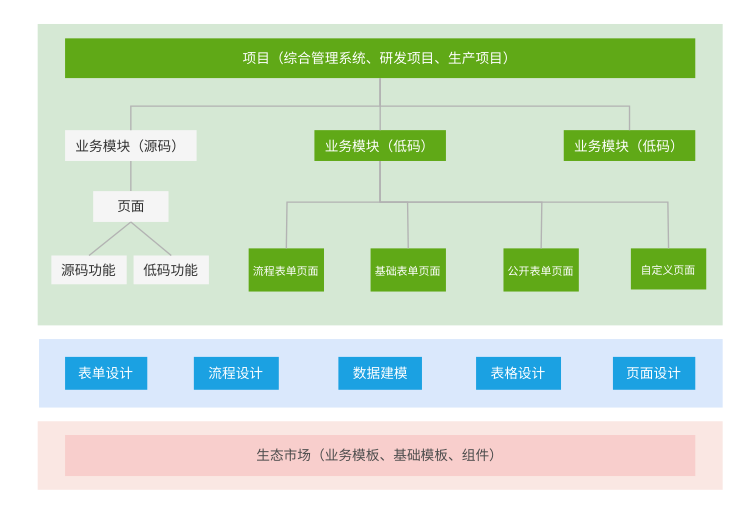
The draw.io diagram 低——研究内容——平台赋能项目开发.drawio in tangyaosimida/love, before the edit. Source tidied: cells renumbered, new cells numbered last; positions are measured from the earlier drawing's top-left corner, leaving out a move shared by most shapes. Both pictures are drawn from the tidied source at 137%, with x=0, y=0 at pixel (37, 23).
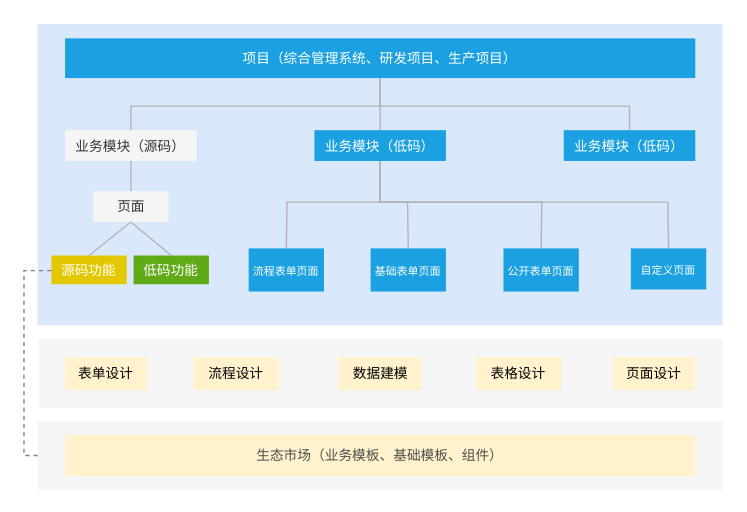
The same page after the edit.

Commit message (it also covers changes not shown here):
更新低——研究内容——平台赋能项目开发.drawio

Diff of the diagram source:
```diff
@@
-    <mxCell id="2" style="rounded=0;whiteSpace=wrap;html=1;fillColor=#d5e8d4;dashed=1;strokeColor=none;" parent="1" vertex="1">
+    <mxCell id="2" style="rounded=0;whiteSpace=wrap;html=1;fillColor=#dae8fc;dashed=1;strokeColor=none;" parent="1" vertex="1">
       <mxGeometry width="500" height="220" as="geometry" />
     </mxCell>
-    <mxCell id="3" value="&lt;span style=&quot;font-size: 10px;&quot;&gt;项目（综合管理系统、研发项目、生产项目）&lt;/span&gt;" style="rounded=0;whiteSpace=wrap;html=1;fillColor=#60a917;fontColor=#ffffff;strokeColor=none;align=center;" parent="1" vertex="1">
+    <mxCell id="3" value="&lt;span style=&quot;font-size: 10px;&quot;&gt;项目（综合管理系统、研发项目、生产项目）&lt;/span&gt;" style="rounded=0;whiteSpace=wrap;html=1;fillColor=#1ba1e2;fontColor=#ffffff;strokeColor=none;align=center;" parent="1" vertex="1">
       <mxGeometry x="20" y="10.5" width="460" height="29" as="geometry" />
     </mxCell>
@@
-    <mxCell id="5" value="&lt;span style=&quot;font-size: 10px;&quot;&gt;低码功能&lt;/span&gt;" style="rounded=0;whiteSpace=wrap;html=1;fillColor=#f5f5f5;fontColor=#333333;strokeColor=none;align=center;" parent="1" vertex="1">
+    <mxCell id="5" value="&lt;span style=&quot;font-size: 10px;&quot;&gt;&lt;font color=&quot;#ffffff&quot;&gt;低码功能&lt;/font&gt;&lt;/span&gt;" style="rounded=0;whiteSpace=wrap;html=1;fillColor=#60a917;fontColor=#ffffff;strokeColor=none;align=center;" parent="1" vertex="1">
       <mxGeometry x="70" y="169" width="55" height="21" as="geometry" />
     </mxCell>
-    <mxCell id="6" value="&lt;font style=&quot;font-size: 10px;&quot;&gt;源码功能&lt;/font&gt;" style="rounded=0;whiteSpace=wrap;html=1;fillColor=#f5f5f5;strokeColor=none;align=center;fontColor=#333333;" parent="1" vertex="1">
+    <mxCell id="6" value="&lt;font color=&quot;#ffffff&quot; style=&quot;font-size: 10px;&quot;&gt;源码功能&lt;/font&gt;" style="rounded=0;whiteSpace=wrap;html=1;fillColor=#e3c800;strokeColor=none;align=center;fontColor=#000000;" parent="1" vertex="1">
       <mxGeometry x="10" y="169" width="55" height="21" as="geometry" />
     </mxCell>
-    <mxCell id="7" value="&lt;font style=&quot;font-size: 8px;&quot;&gt;流程表单页面&lt;/font&gt;" style="rounded=0;whiteSpace=wrap;html=1;fillColor=#60a917;fontColor=#ffffff;strokeColor=none;align=center;" parent="1" vertex="1">
+    <mxCell id="7" value="&lt;font style=&quot;font-size: 8px;&quot;&gt;流程表单页面&lt;/font&gt;" style="rounded=0;whiteSpace=wrap;html=1;fillColor=#1ba1e2;fontColor=#ffffff;strokeColor=none;align=center;" parent="1" vertex="1">
       <mxGeometry x="154" y="163.8" width="55" height="31.5" as="geometry" />
     </mxCell>
-    <mxCell id="8" value="&lt;font style=&quot;font-size: 8px;&quot;&gt;基础表单页面&lt;/font&gt;" style="rounded=0;whiteSpace=wrap;html=1;fillColor=#60a917;strokeColor=none;align=center;fontColor=#ffffff;" parent="1" vertex="1">
+    <mxCell id="8" value="&lt;font style=&quot;font-size: 8px;&quot;&gt;基础表单页面&lt;/font&gt;" style="rounded=0;whiteSpace=wrap;html=1;fillColor=#1ba1e2;strokeColor=none;align=center;fontColor=#ffffff;" parent="1" vertex="1">
       <mxGeometry x="243" y="163.8" width="55" height="31.5" as="geometry" />
     </mxCell>
-    <mxCell id="9" value="&lt;font style=&quot;font-size: 8px;&quot;&gt;公开表单页面&lt;/font&gt;" style="rounded=0;whiteSpace=wrap;html=1;fillColor=#60a917;strokeColor=none;align=center;fontColor=#ffffff;" parent="1" vertex="1">
+    <mxCell id="9" value="&lt;font style=&quot;font-size: 8px;&quot;&gt;公开表单页面&lt;/font&gt;" style="rounded=0;whiteSpace=wrap;html=1;fillColor=#1ba1e2;strokeColor=none;align=center;fontColor=#ffffff;" parent="1" vertex="1">
       <mxGeometry x="340" y="163.8" width="55" height="31.5" as="geometry" />
     </mxCell>
-    <mxCell id="10" value="&lt;font style=&quot;font-size: 8px;&quot;&gt;自定义页面&lt;/font&gt;" style="rounded=0;whiteSpace=wrap;html=1;fillColor=#60a917;fontColor=#ffffff;strokeColor=none;align=center;" parent="1" vertex="1">
+    <mxCell id="10" value="&lt;font style=&quot;font-size: 8px;&quot;&gt;自定义页面&lt;/font&gt;" style="rounded=0;whiteSpace=wrap;html=1;fillColor=#1ba1e2;fontColor=#ffffff;strokeColor=none;align=center;" parent="1" vertex="1">
       <mxGeometry x="433" y="163.8" width="55" height="30" as="geometry" />
     </mxCell>
@@
-    <mxCell id="12" value="&lt;span style=&quot;font-size: 10px;&quot;&gt;业务模块&lt;/span&gt;&lt;span style=&quot;font-size: 10px;&quot;&gt;（低码）&lt;/span&gt;" style="rounded=0;whiteSpace=wrap;html=1;align=center;fillColor=#60a917;fontColor=#ffffff;strokeColor=none;" parent="1" vertex="1">
+    <mxCell id="12" value="&lt;span style=&quot;font-size: 10px;&quot;&gt;业务模块&lt;/span&gt;&lt;span style=&quot;font-size: 10px;&quot;&gt;（低码）&lt;/span&gt;" style="rounded=0;whiteSpace=wrap;html=1;align=center;fillColor=#1ba1e2;fontColor=#ffffff;strokeColor=none;" parent="1" vertex="1">
       <mxGeometry x="202" y="77.5" width="96" height="22.5" as="geometry" />
     </mxCell>
-    <mxCell id="13" value="&lt;span style=&quot;font-size: 10px;&quot;&gt;业务模块&lt;/span&gt;&lt;span style=&quot;font-size: 10px;&quot;&gt;（低码）&lt;/span&gt;" style="rounded=0;whiteSpace=wrap;html=1;align=center;fillColor=#60a917;fontColor=#ffffff;strokeColor=none;" parent="1" vertex="1">
+    <mxCell id="13" value="&lt;span style=&quot;font-size: 10px;&quot;&gt;业务模块&lt;/span&gt;&lt;span style=&quot;font-size: 10px;&quot;&gt;（低码）&lt;/span&gt;" style="rounded=0;whiteSpace=wrap;html=1;align=center;fillColor=#1ba1e2;fontColor=#ffffff;strokeColor=none;" parent="1" vertex="1">
       <mxGeometry x="384" y="77.5" width="96" height="22.5" as="geometry" />
     </mxCell>
@@
-    <mxCell id="24" style="rounded=0;whiteSpace=wrap;html=1;fillColor=#dae8fc;strokeColor=none;" parent="1" vertex="1">
+    <mxCell id="24" style="rounded=0;whiteSpace=wrap;html=1;fillColor=#f5f5f5;strokeColor=none;fontColor=#333333;" parent="1" vertex="1">
       <mxGeometry x="1" y="230" width="499" height="50" as="geometry" />
     </mxCell>
-    <mxCell id="25" style="rounded=0;whiteSpace=wrap;html=1;fillColor=#FAE7E3;dashed=1;strokeColor=none;" parent="1" vertex="1">
+    <mxCell id="25" style="rounded=0;whiteSpace=wrap;html=1;fillColor=#f5f5f5;dashed=1;strokeColor=none;fontColor=#333333;" parent="1" vertex="1">
       <mxGeometry y="290" width="500" height="50" as="geometry" />
     </mxCell>
-    <mxCell id="26" value="&lt;font style=&quot;font-size: 10px;&quot;&gt;表单设计&lt;/font&gt;" style="rounded=0;whiteSpace=wrap;html=1;fillColor=#1ba1e2;fontColor=#ffffff;strokeColor=none;align=center;" parent="1" vertex="1">
+    <mxCell id="26" value="&lt;font style=&quot;font-size: 10px;&quot;&gt;表单设计&lt;/font&gt;" style="rounded=0;whiteSpace=wrap;html=1;fillColor=#fff2cc;strokeColor=none;align=center;" parent="1" vertex="1">
       <mxGeometry x="20" y="243" width="60" height="24" as="geometry" />
     </mxCell>
@@
-    <mxCell id="28" value="&lt;font style=&quot;font-size: 10px;&quot;&gt;流程设计&lt;/font&gt;" style="rounded=0;whiteSpace=wrap;html=1;fillColor=#1ba1e2;fontColor=#ffffff;strokeColor=none;align=center;" parent="1" vertex="1">
+    <mxCell id="28" value="&lt;font style=&quot;font-size: 10px;&quot;&gt;流程设计&lt;/font&gt;" style="rounded=0;whiteSpace=wrap;html=1;fillColor=#fff2cc;strokeColor=none;align=center;" parent="1" vertex="1">
       <mxGeometry x="114" y="243" width="62" height="24" as="geometry" />
     </mxCell>
-    <mxCell id="29" value="&lt;font style=&quot;font-size: 10px;&quot;&gt;数据建模&lt;/font&gt;" style="rounded=0;whiteSpace=wrap;html=1;fillColor=#1ba1e2;fontColor=#ffffff;strokeColor=none;align=center;" parent="1" vertex="1">
+    <mxCell id="29" value="&lt;font style=&quot;font-size: 10px;&quot;&gt;数据建模&lt;/font&gt;" style="rounded=0;whiteSpace=wrap;html=1;fillColor=#fff2cc;strokeColor=none;align=center;" parent="1" vertex="1">
       <mxGeometry x="219.5" y="243" width="61" height="24" as="geometry" />
     </mxCell>
-    <mxCell id="30" value="&lt;font style=&quot;font-size: 10px;&quot;&gt;页面设计&lt;/font&gt;" style="rounded=0;whiteSpace=wrap;html=1;fillColor=#1ba1e2;fontColor=#ffffff;strokeColor=none;align=center;" parent="1" vertex="1">
+    <mxCell id="30" value="&lt;font style=&quot;font-size: 10px;&quot;&gt;页面设计&lt;/font&gt;" style="rounded=0;whiteSpace=wrap;html=1;fillColor=#fff2cc;strokeColor=none;align=center;" parent="1" vertex="1">
       <mxGeometry x="419.9" y="243" width="60.1" height="24" as="geometry" />
     </mxCell>
-    <mxCell id="31" value="&lt;font style=&quot;font-size: 10px;&quot;&gt;表格设计&lt;/font&gt;" style="rounded=0;whiteSpace=wrap;html=1;fillColor=#1ba1e2;fontColor=#ffffff;strokeColor=none;align=center;" parent="1" vertex="1">
+    <mxCell id="31" value="&lt;font style=&quot;font-size: 10px;&quot;&gt;表格设计&lt;/font&gt;" style="rounded=0;whiteSpace=wrap;html=1;fillColor=#fff2cc;strokeColor=none;align=center;" parent="1" vertex="1">
       <mxGeometry x="320" y="243" width="62" height="24" as="geometry" />
     </mxCell>
-    <mxCell id="32" value="&lt;span style=&quot;font-size: 10px;&quot;&gt;&lt;font color=&quot;#4d4d4d&quot;&gt;生态市场（业务模板、基础模板、组件）&lt;/font&gt;&lt;/span&gt;" style="rounded=0;whiteSpace=wrap;html=1;fillColor=#f8cecc;strokeColor=none;align=center;" parent="1" vertex="1">
+    <mxCell id="32" value="&lt;span style=&quot;font-size: 10px;&quot;&gt;&lt;font color=&quot;#4d4d4d&quot;&gt;生态市场（业务模板、基础模板、组件）&lt;/font&gt;&lt;/span&gt;" style="rounded=0;whiteSpace=wrap;html=1;fillColor=#fff2cc;strokeColor=none;align=center;" parent="1" vertex="1">
       <mxGeometry x="20" y="300" width="460" height="30" as="geometry" />
     </mxCell>
+    <mxCell id="33" style="endArrow=none;html=1;rounded=0;entryX=0;entryY=0.5;entryDx=0;entryDy=0;exitX=0;exitY=0.5;exitDx=0;exitDy=0;fillColor=#f8cecc;strokeColor=#808080;dashed=1;" parent="1" edge="1">
+      <mxGeometry relative="1" as="geometry">
+        <mxPoint y="315" as="sourcePoint" />
+        <mxPoint x="10" y="180" as="targetPoint" />
+        <Array as="points">
+          <mxPoint x="-10" y="315" />
+          <mxPoint x="-10" y="180" />
+        </Array>
+      </mxGeometry>
+    </mxCell>
```
